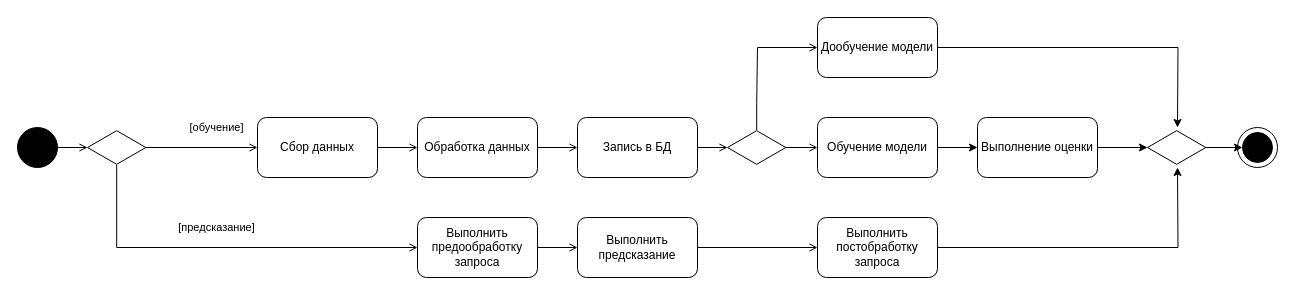
This is Диаграмма активностей.drawio from Chestniy22/translation, a draw.io file, before an edit. Source tidied: cells renumbered, new cells numbered last; positions are measured from the earlier drawing's top-left corner, leaving out a move shared by most shapes. Both pictures are drawn from the tidied source at 100%, with x=0, y=0 at pixel (17, 17).
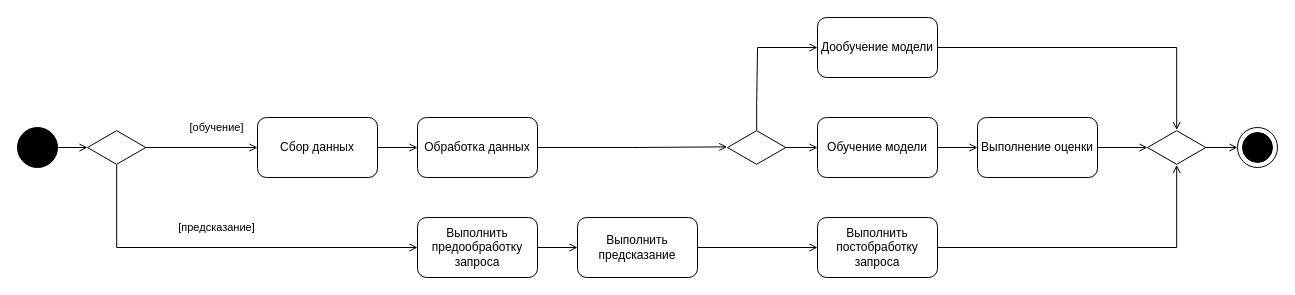
Above is the later version.

Unchanged cells that the change refers to:
```xml
<mxCell id="10" value="Обработка данных" style="rounded=1;whiteSpace=wrap;html=1;" parent="1" vertex="1">
  <mxGeometry x="400" y="100" width="120" height="60" as="geometry" />
</mxCell>
<mxCell id="14" value="Дообучение модели" style="rounded=1;whiteSpace=wrap;html=1;" parent="1" vertex="1">
  <mxGeometry x="800" width="120" height="60" as="geometry" />
</mxCell>
<mxCell id="16" value="Выполнить постобработку запроса" style="rounded=1;whiteSpace=wrap;html=1;" parent="1" vertex="1">
  <mxGeometry x="800" y="200" width="120" height="60" as="geometry" />
</mxCell>
<mxCell id="18" value="Обучение модели" style="rounded=1;whiteSpace=wrap;html=1;" parent="1" vertex="1">
  <mxGeometry x="800" y="100" width="120" height="60" as="geometry" />
</mxCell>
<mxCell id="20" value="Выполнение оценки" style="rounded=1;whiteSpace=wrap;html=1;" parent="1" vertex="1">
  <mxGeometry x="960" y="100" width="120" height="60" as="geometry" />
</mxCell>
<mxCell id="24" style="ellipse;whiteSpace=wrap;html=1;fillColor=#000000;" parent="1" vertex="1">
  <mxGeometry x="1225" y="115" width="30" height="30" as="geometry" />
</mxCell>
<mxCell id="29" style="html=1;whiteSpace=wrap;shape=isoRectangle;" parent="1" vertex="1">
  <mxGeometry x="710" y="112.5" width="58.3" height="35" as="geometry" />
</mxCell>
<mxCell id="31" style="html=1;whiteSpace=wrap;shape=isoRectangle;" parent="1" vertex="1">
  <mxGeometry x="1130" y="112.5" width="58.3" height="35" as="geometry" />
</mxCell>
```

Change to the diagram source:
```diff
@@
-    <mxCell id="9" style="edgeStyle=orthogonalEdgeStyle;rounded=0;jettySize=auto;html=1;endArrow=open;endFill=0;" parent="1" edge="1" source="10" target="12">
+    <mxCell id="9" style="edgeStyle=orthogonalEdgeStyle;rounded=0;jettySize=auto;html=1;endArrow=open;endFill=0;entryX=-0.005;entryY=0.482;entryDx=0;entryDy=0;entryPerimeter=0;" parent="1" edge="1" source="10" target="29">
       <mxGeometry relative="1" as="geometry" />
     </mxCell>
@@
-    <mxCell id="11" style="edgeStyle=orthogonalEdgeStyle;rounded=0;jettySize=auto;html=1;endArrow=open;endFill=0;" parent="1" edge="1" source="12" target="29">
-      <mxGeometry relative="1" as="geometry" />
-    </mxCell>
-    <mxCell id="12" value="Запись в БД" style="rounded=1;whiteSpace=wrap;html=1;" parent="1" vertex="1">
-      <mxGeometry x="560" y="100" width="120" height="60" as="geometry" />
-    </mxCell>
-    <mxCell id="13" style="edgeStyle=orthogonalEdgeStyle;rounded=0;jettySize=auto;html=1;exitX=1;exitY=0.5;exitDx=0;exitDy=0;" parent="1" edge="1" source="14">
-      <mxGeometry relative="1" as="geometry">
-        <mxPoint x="1160" y="110" as="targetPoint" />
-      </mxGeometry>
+    <mxCell id="13" style="edgeStyle=orthogonalEdgeStyle;rounded=0;jettySize=auto;html=1;exitX=1;exitY=0.5;exitDx=0;exitDy=0;endArrow=open;endFill=0;" parent="1" edge="1" source="14" target="31">
+      <mxGeometry relative="1" as="geometry" />
     </mxCell>
@@
-    <mxCell id="15" style="edgeStyle=orthogonalEdgeStyle;rounded=0;jettySize=auto;html=1;exitX=1;exitY=0.5;exitDx=0;exitDy=0;" parent="1" edge="1" source="16">
-      <mxGeometry relative="1" as="geometry">
-        <mxPoint x="1160" y="150" as="targetPoint" />
-      </mxGeometry>
+    <mxCell id="15" style="edgeStyle=orthogonalEdgeStyle;rounded=0;jettySize=auto;html=1;exitX=1;exitY=0.5;exitDx=0;exitDy=0;endArrow=open;endFill=0;" parent="1" edge="1" source="16" target="31">
+      <mxGeometry relative="1" as="geometry" />
     </mxCell>
@@
-    <mxCell id="17" style="edgeStyle=orthogonalEdgeStyle;rounded=0;jettySize=auto;html=1;" parent="1" edge="1" source="18" target="20">
+    <mxCell id="17" style="edgeStyle=orthogonalEdgeStyle;rounded=0;jettySize=auto;html=1;endArrow=open;endFill=0;" parent="1" edge="1" source="18" target="20">
       <mxGeometry relative="1" as="geometry" />
     </mxCell>
@@
-    <mxCell id="19" style="edgeStyle=orthogonalEdgeStyle;rounded=0;jettySize=auto;html=1;" parent="1" edge="1" source="20" target="31">
+    <mxCell id="19" style="edgeStyle=orthogonalEdgeStyle;rounded=0;jettySize=auto;html=1;endArrow=open;endFill=0;" parent="1" edge="1" source="20" target="31">
       <mxGeometry relative="1" as="geometry" />
     </mxCell>
@@
-    <mxCell id="30" style="edgeStyle=orthogonalEdgeStyle;rounded=0;jettySize=auto;html=1;" parent="1" edge="1" source="31" target="24">
-      <mxGeometry relative="1" as="geometry" />
+    <mxCell id="30" style="edgeStyle=orthogonalEdgeStyle;rounded=0;jettySize=auto;html=1;endArrow=open;endFill=0;" parent="1" edge="1" source="31">
+      <mxGeometry relative="1" as="geometry">
+        <mxPoint x="1220" y="130" as="targetPoint" />
+      </mxGeometry>
     </mxCell>
```
